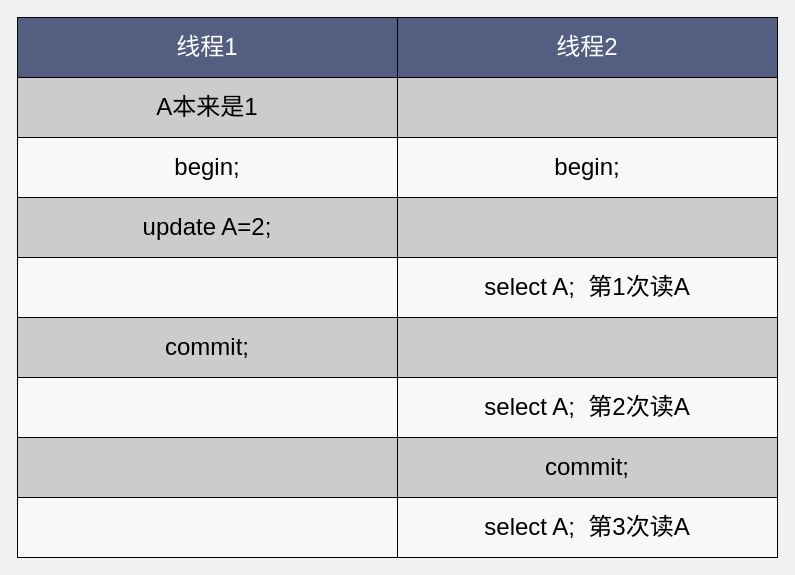
This is network/并发事务写入两条数据.drawio from xiaobaiTech/image, a draw.io file, before an edit. Source tidied: cells renumbered, new cells numbered last; positions are measured from the earlier drawing's top-left corner, leaving out a move shared by most shapes. Both pictures are drawn from the tidied source at 100%, with x=0, y=0 at pixel (17, 17).
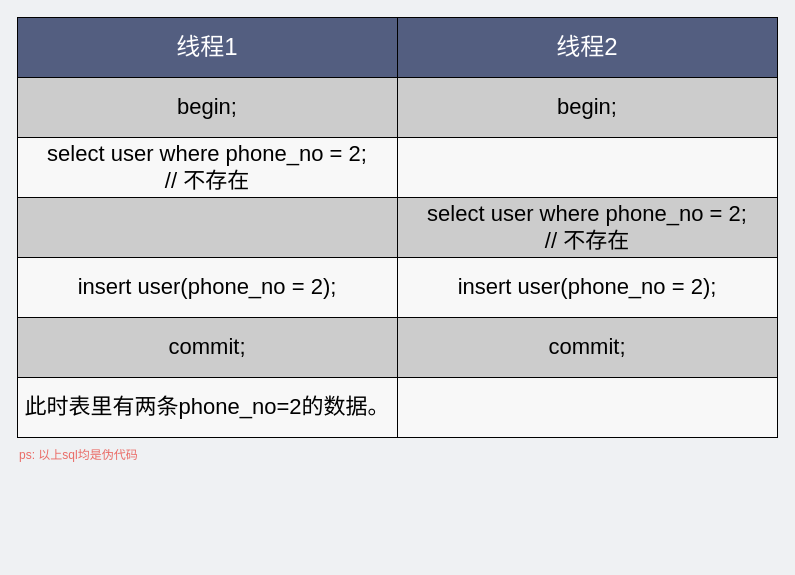
The same page after the edit.

Commit message:
Update 并发事务写入两条数据.drawio

Change to the diagram source:
```diff
@@
 <mxGraphModel background="#EFF1F3">
   <root>
     <mxCell id="0" />
     <mxCell id="1" parent="0" />
-    <mxCell id="2" value="A本来是1" style="rounded=0;whiteSpace=wrap;html=1;fillColor=#CCCCCC;gradientColor=none;fontSize=24;" parent="1" vertex="1">
+    <mxCell id="2" value="begin;" style="rounded=0;whiteSpace=wrap;html=1;fillColor=#CCCCCC;gradientColor=none;fontSize=22;" parent="1" vertex="1">
       <mxGeometry y="60" width="380" height="60" as="geometry" />
     </mxCell>
     <mxCell id="3" value="&lt;font color=&quot;#ffffff&quot; style=&quot;font-size: 24px;&quot;&gt;线程1&lt;/font&gt;" style="rounded=0;whiteSpace=wrap;html=1;fillColor=#535E80;gradientColor=none;fontSize=24;" parent="1" vertex="1">
       <mxGeometry width="380" height="60" as="geometry" />
     </mxCell>
     <mxCell id="4" value="&lt;font color=&quot;#ffffff&quot; style=&quot;font-size: 24px;&quot;&gt;线程2&lt;/font&gt;" style="rounded=0;whiteSpace=wrap;html=1;fillColor=#535E80;gradientColor=none;fontSize=24;" parent="1" vertex="1">
       <mxGeometry x="380" width="380" height="60" as="geometry" />
     </mxCell>
-    <mxCell id="5" style="rounded=0;whiteSpace=wrap;html=1;fillColor=#CCCCCC;gradientColor=none;fontSize=24;" parent="1" vertex="1">
+    <mxCell id="5" value="begin;" style="rounded=0;whiteSpace=wrap;html=1;fillColor=#CCCCCC;gradientColor=none;fontSize=22;" parent="1" vertex="1">
       <mxGeometry x="380" y="60" width="380" height="60" as="geometry" />
     </mxCell>
-    <mxCell id="6" value="begin;" style="rounded=0;whiteSpace=wrap;html=1;fillColor=#F8F8F8;gradientColor=none;fontSize=24;" parent="1" vertex="1">
+    <mxCell id="6" value="select user where phone_no = 2;&lt;br style=&quot;font-size: 22px;&quot;&gt;// 不存在" style="rounded=0;whiteSpace=wrap;html=1;fillColor=#F8F8F8;gradientColor=none;fontSize=22;" parent="1" vertex="1">
       <mxGeometry y="120" width="380" height="60" as="geometry" />
     </mxCell>
-    <mxCell id="7" value="begin;" style="rounded=0;whiteSpace=wrap;html=1;fillColor=#F8F8F8;gradientColor=none;fontSize=24;" parent="1" vertex="1">
+    <mxCell id="7" style="rounded=0;whiteSpace=wrap;html=1;fillColor=#F8F8F8;gradientColor=none;fontSize=22;" parent="1" vertex="1">
       <mxGeometry x="380" y="120" width="380" height="60" as="geometry" />
     </mxCell>
-    <mxCell id="8" value="update A=2;" style="rounded=0;whiteSpace=wrap;html=1;fillColor=#CCCCCC;gradientColor=none;fontSize=24;" parent="1" vertex="1">
+    <mxCell id="8" style="rounded=0;whiteSpace=wrap;html=1;fillColor=#CCCCCC;gradientColor=none;fontSize=22;" parent="1" vertex="1">
       <mxGeometry y="180" width="380" height="60" as="geometry" />
     </mxCell>
-    <mxCell id="9" style="rounded=0;whiteSpace=wrap;html=1;fillColor=#CCCCCC;gradientColor=none;fontSize=24;" parent="1" vertex="1">
+    <mxCell id="9" value="&lt;span style=&quot;font-size: 22px;&quot;&gt;select user where phone_no = 2;&lt;/span&gt;&lt;br style=&quot;font-size: 22px;&quot;&gt;&lt;span style=&quot;font-size: 22px;&quot;&gt;// 不存在&lt;/span&gt;" style="rounded=0;whiteSpace=wrap;html=1;fillColor=#CCCCCC;gradientColor=none;fontSize=22;" parent="1" vertex="1">
       <mxGeometry x="380" y="180" width="380" height="60" as="geometry" />
     </mxCell>
-    <mxCell id="10" style="rounded=0;whiteSpace=wrap;html=1;fillColor=#F8F8F8;gradientColor=none;fontSize=24;" parent="1" vertex="1">
+    <mxCell id="10" value="&lt;span style=&quot;font-size: 22px;&quot;&gt;insert user(phone_no = 2);&lt;/span&gt;" style="rounded=0;whiteSpace=wrap;html=1;fillColor=#F8F8F8;gradientColor=none;fontSize=22;" parent="1" vertex="1">
       <mxGeometry y="240" width="380" height="60" as="geometry" />
     </mxCell>
-    <mxCell id="11" value="select A;&amp;nbsp; 第1次读A" style="rounded=0;whiteSpace=wrap;html=1;fillColor=#F8F8F8;gradientColor=none;fontSize=24;" parent="1" vertex="1">
+    <mxCell id="11" value="insert user(phone_no = 2);" style="rounded=0;whiteSpace=wrap;html=1;fillColor=#F8F8F8;gradientColor=none;fontSize=22;" parent="1" vertex="1">
       <mxGeometry x="380" y="240" width="380" height="60" as="geometry" />
     </mxCell>
-    <mxCell id="12" value="commit;" style="rounded=0;whiteSpace=wrap;html=1;fillColor=#CCCCCC;gradientColor=none;fontSize=24;" parent="1" vertex="1">
+    <mxCell id="12" value="commit;" style="rounded=0;whiteSpace=wrap;html=1;fillColor=#CCCCCC;gradientColor=none;fontSize=22;" parent="1" vertex="1">
       <mxGeometry y="300" width="380" height="60" as="geometry" />
     </mxCell>
-    <mxCell id="13" style="rounded=0;whiteSpace=wrap;html=1;fillColor=#CCCCCC;gradientColor=none;fontSize=24;" parent="1" vertex="1">
+    <mxCell id="13" value="&lt;span style=&quot;font-size: 22px;&quot;&gt;commit;&lt;/span&gt;" style="rounded=0;whiteSpace=wrap;html=1;fillColor=#CCCCCC;gradientColor=none;fontSize=22;" parent="1" vertex="1">
       <mxGeometry x="380" y="300" width="380" height="60" as="geometry" />
     </mxCell>
-    <mxCell id="14" style="rounded=0;whiteSpace=wrap;html=1;fillColor=#F8F8F8;gradientColor=none;fontSize=24;" parent="1" vertex="1">
+    <mxCell id="14" value="此时表里有两条phone_no=2的数据。" style="rounded=0;whiteSpace=wrap;html=1;fillColor=#F8F8F8;gradientColor=none;fontSize=22;" parent="1" vertex="1">
       <mxGeometry y="360" width="380" height="60" as="geometry" />
     </mxCell>
-    <mxCell id="15" value="&lt;span style=&quot;font-size: 24px;&quot;&gt;select A;&amp;nbsp; 第2次读A&lt;/span&gt;" style="rounded=0;whiteSpace=wrap;html=1;fillColor=#F8F8F8;gradientColor=none;fontSize=24;" parent="1" vertex="1">
+    <mxCell id="15" style="rounded=0;whiteSpace=wrap;html=1;fillColor=#F8F8F8;gradientColor=none;fontSize=22;" parent="1" vertex="1">
       <mxGeometry x="380" y="360" width="380" height="60" as="geometry" />
     </mxCell>
-    <mxCell id="16" style="rounded=0;whiteSpace=wrap;html=1;fillColor=#CCCCCC;gradientColor=none;fontSize=24;" parent="1" vertex="1">
-      <mxGeometry y="420" width="380" height="60" as="geometry" />
-    </mxCell>
-    <mxCell id="17" value="commit;" style="rounded=0;whiteSpace=wrap;html=1;fillColor=#CCCCCC;gradientColor=none;fontSize=24;" parent="1" vertex="1">
-      <mxGeometry x="380" y="420" width="380" height="60" as="geometry" />
-    </mxCell>
-    <mxCell id="18" style="rounded=0;whiteSpace=wrap;html=1;fillColor=#F8F8F8;gradientColor=none;fontSize=24;" parent="1" vertex="1">
-      <mxGeometry y="480" width="380" height="60" as="geometry" />
-    </mxCell>
-    <mxCell id="19" value="&lt;span style=&quot;font-size: 24px&quot;&gt;select A;&amp;nbsp; 第3次读A&lt;/span&gt;" style="rounded=0;whiteSpace=wrap;html=1;fillColor=#F8F8F8;gradientColor=none;fontSize=24;" parent="1" vertex="1">
-      <mxGeometry x="380" y="480" width="380" height="60" as="geometry" />
-    </mxCell>
+    <mxCell id="20" value="&lt;font color=&quot;#ea6b66&quot;&gt;ps: 以上sql均是伪代码&lt;/font&gt;" style="text;html=1;strokeColor=none;fillColor=none;align=left;verticalAlign=middle;whiteSpace=wrap;rounded=0;" parent="1" vertex="1">
+      <mxGeometry y="423" width="200" height="30" as="geometry" />
+    </mxCell>
   </root>
 </mxGraphModel>
```
